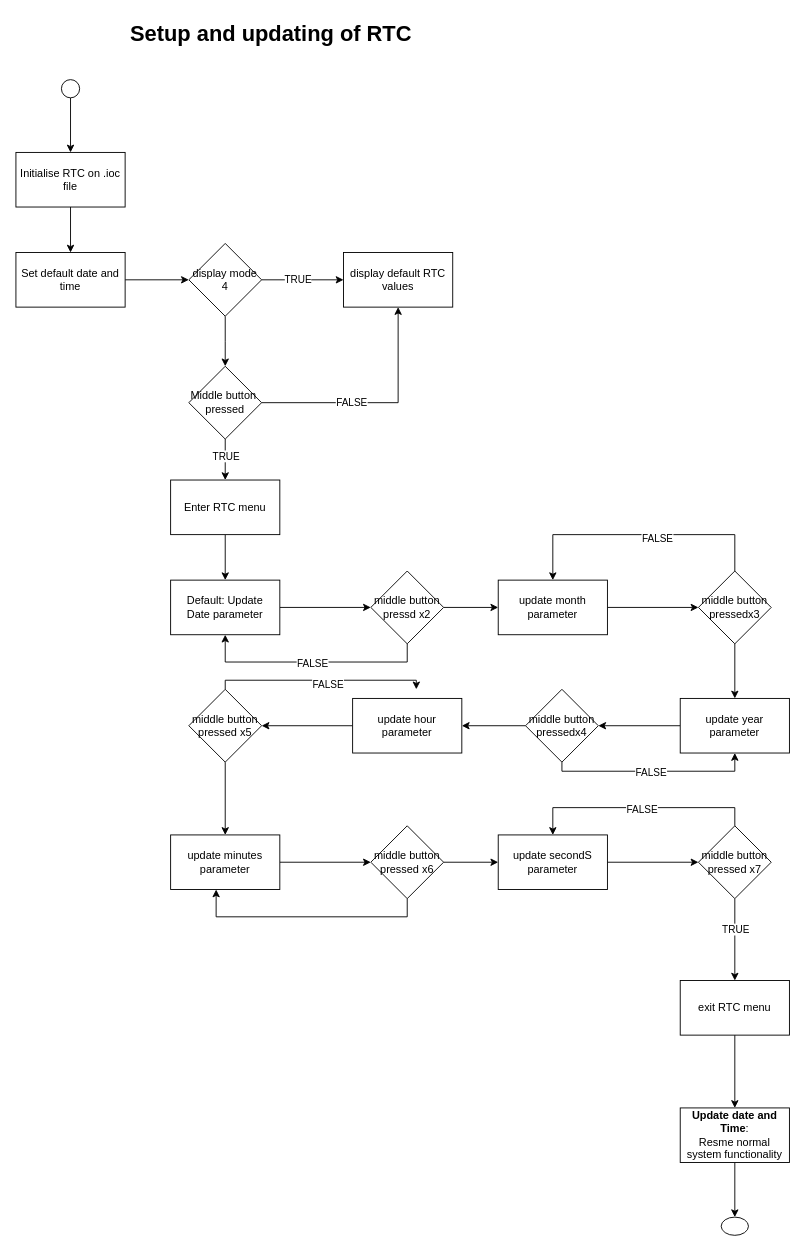
Earlier version of the draw.io diagram PV System Effiency Monitor Resources/REPORT/Diagrams/RTC handling and setting procedure.drawio (D-Mutabazi/C-and-Embedded-System-Projects). Source tidied: cells renumbered, new cells numbered last; positions are measured from the earlier drawing's top-left corner, leaving out a move shared by most shapes. Both pictures are drawn from the tidied source at 91%, with x=0, y=0 at pixel (15, 15).
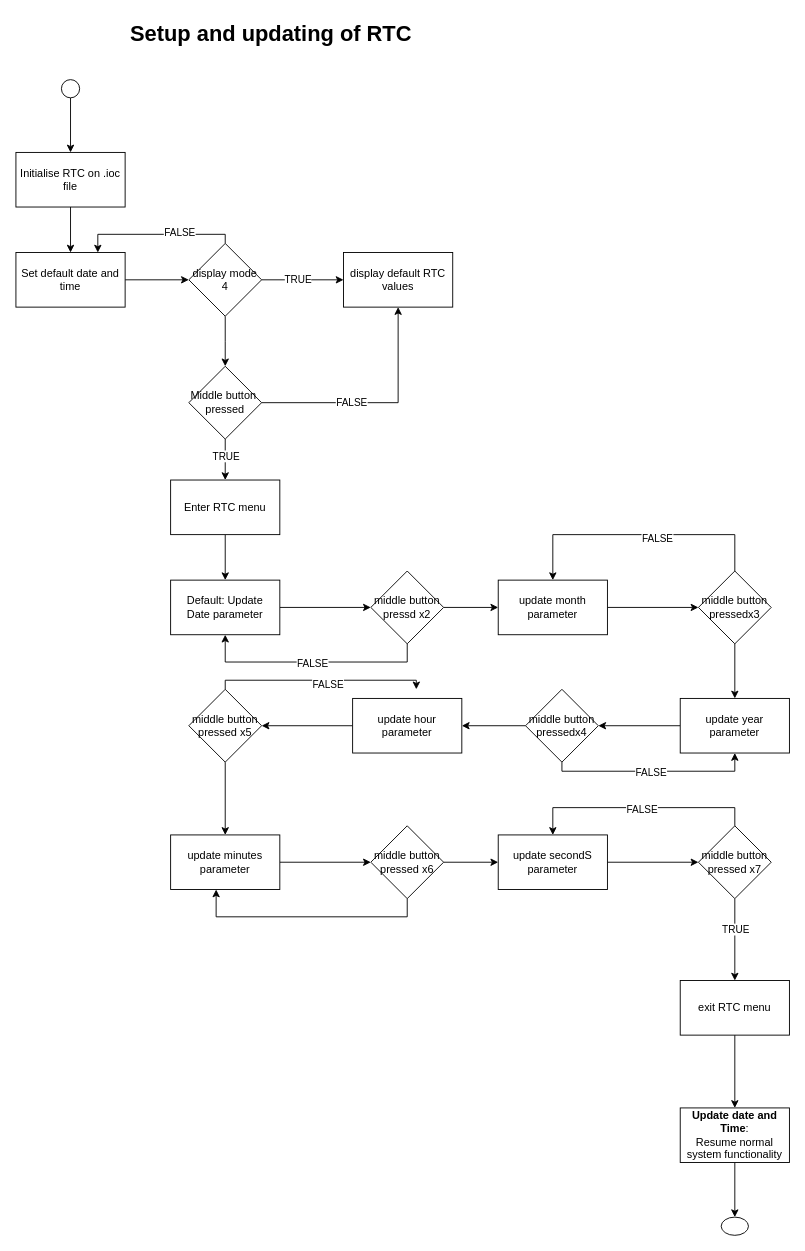
The same page after the edit.

The change refers to these unchanged cells:
```xml
<mxCell id="7" value="Set default date and time" style="whiteSpace=wrap;html=1;" parent="1" vertex="1">
  <mxGeometry y="260" width="120" height="60" as="geometry" />
</mxCell>
<mxCell id="12" value="display mode&lt;div&gt;4&lt;/div&gt;" style="rhombus;whiteSpace=wrap;html=1;" parent="1" vertex="1">
  <mxGeometry x="190" y="250" width="80" height="80" as="geometry" />
</mxCell>
```

The edit, as a diff of the source:
```diff
@@
+    <mxCell id="62" style="edgeStyle=orthogonalEdgeStyle;rounded=0;jettySize=auto;html=1;entryX=0.75;entryY=0;entryDx=0;entryDy=0;" parent="1" edge="1" source="12" target="7">
+      <mxGeometry relative="1" as="geometry">
+        <Array as="points">
+          <mxPoint x="230" y="240" />
+          <mxPoint x="90" y="240" />
+        </Array>
+      </mxGeometry>
+    </mxCell>
+    <mxCell id="63" value="FALSE" style="edgeLabel;html=1;align=center;verticalAlign=middle;" parent="62" vertex="1">
+      <mxGeometry x="-0.28" y="-3" relative="1" as="geometry" />
+    </mxCell>
@@
-    <mxCell id="49" value="&lt;b&gt;Update date and Time&lt;/b&gt;:&lt;div&gt;Resme normal system functionality&lt;/div&gt;" style="whiteSpace=wrap;html=1;" parent="1" vertex="1">
+    <mxCell id="49" value="&lt;b&gt;Update date and Time&lt;/b&gt;:&lt;div&gt;Resume normal system functionality&lt;/div&gt;" style="whiteSpace=wrap;html=1;" parent="1" vertex="1">
       <mxGeometry x="730" y="1200" width="120" height="60" as="geometry" />
     </mxCell>
```
